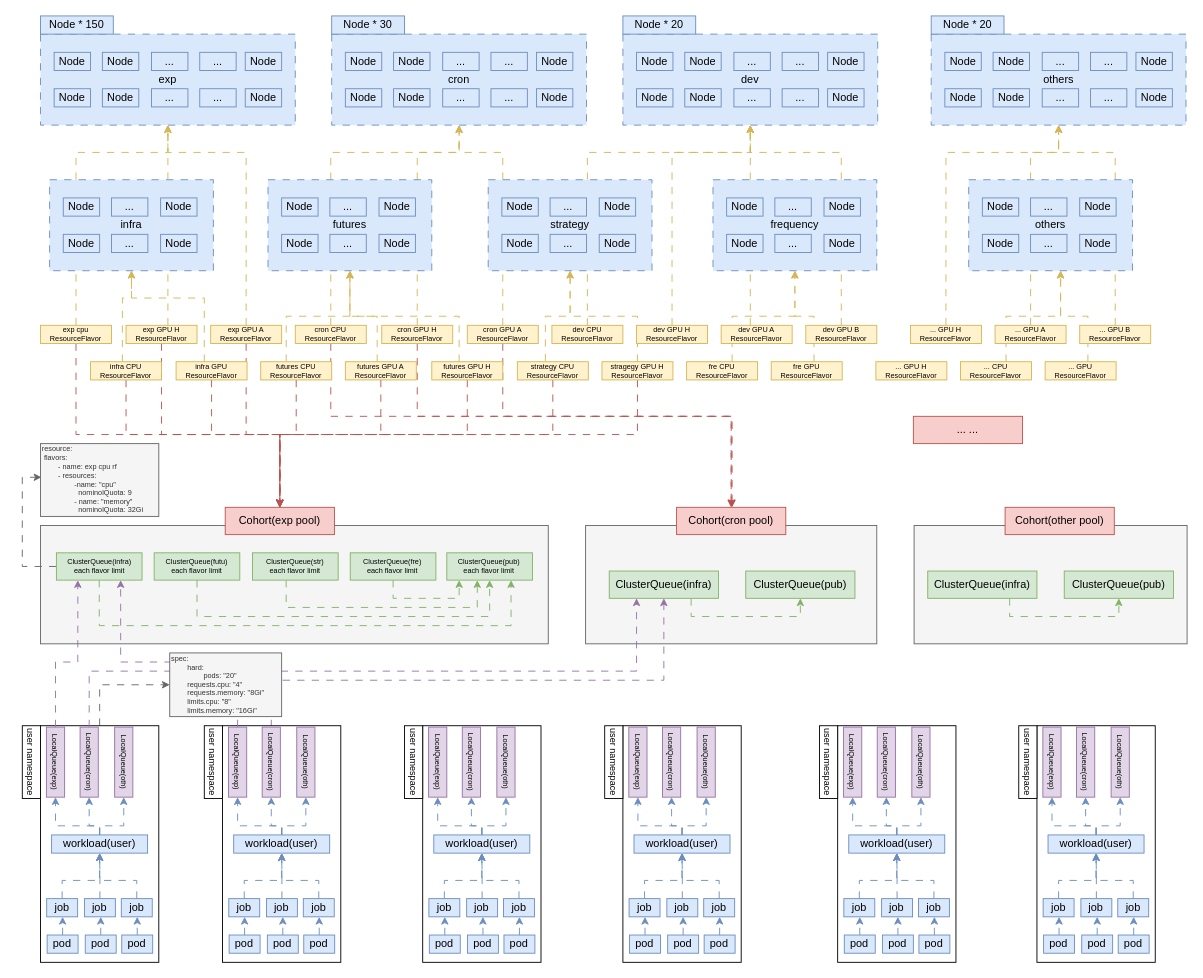
arlottang/tdh_bit keeps this draw.io diagram as zs/kueue.drawio. Above is the earlier version. Source tidied: cells renumbered, new cells numbered last; positions are measured from the earlier drawing's top-left corner, leaving out a move shared by most shapes. Both pictures are drawn from the tidied source at 91%, with x=0, y=0 at pixel (-5, 15).
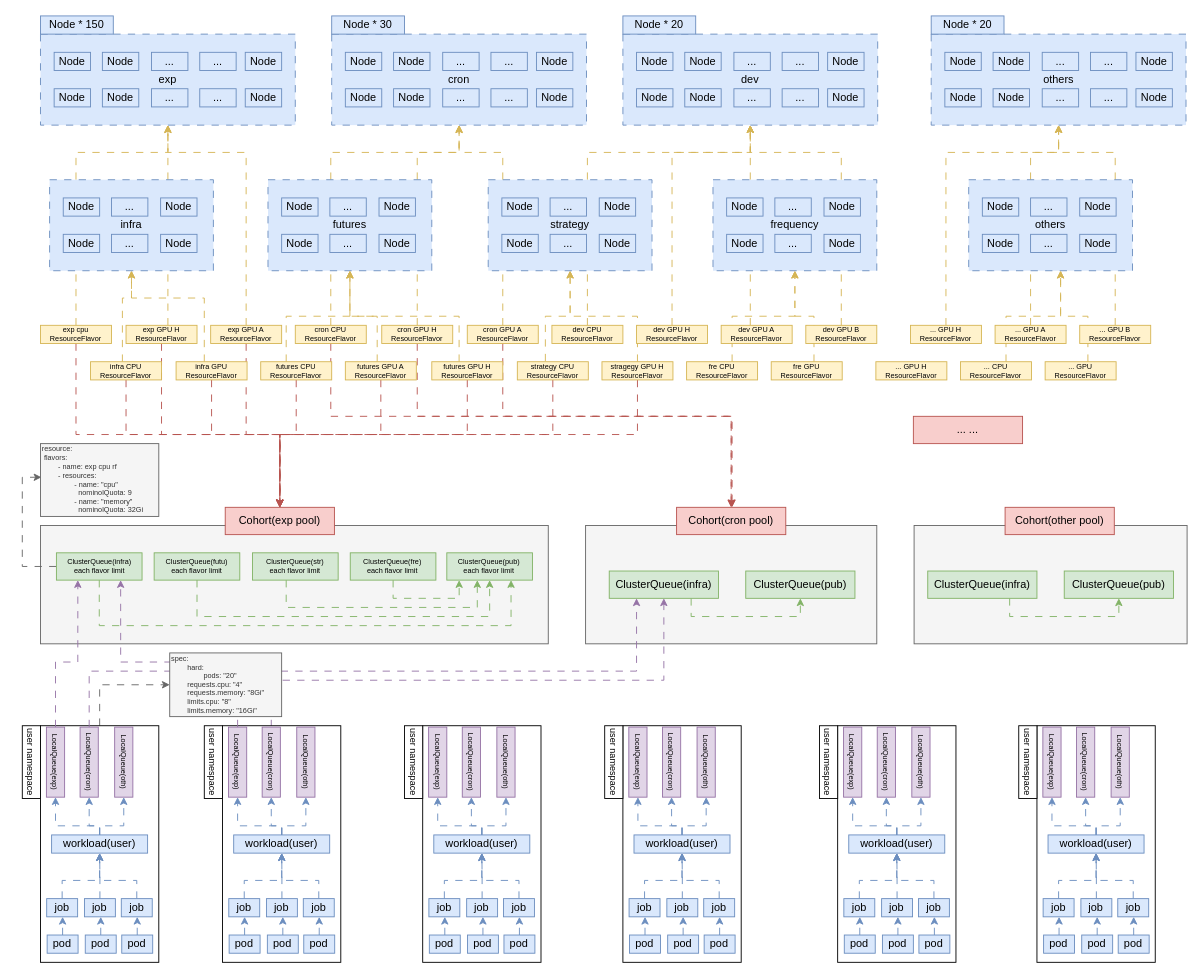
After the change.

Change to the diagram source:
```diff
@@
-    <mxCell id="137" value="resource:&lt;div&gt;&amp;nbsp;flavors:&lt;/div&gt;&lt;div&gt;&lt;span style=&quot;white-space: pre;&quot;&gt;&#9;&lt;/span&gt;- name: exp cpu rf&lt;br&gt;&lt;/div&gt;&lt;div&gt;&lt;span style=&quot;white-space: pre;&quot;&gt;&#9;&lt;/span&gt;- resources:&lt;br&gt;&lt;/div&gt;&lt;div&gt;&lt;span style=&quot;white-space: pre;&quot;&gt;&#9;&lt;/span&gt;&lt;span style=&quot;white-space: pre;&quot;&gt;&#9;&lt;/span&gt;-name: &quot;cpu&quot;&lt;br&gt;&lt;/div&gt;&lt;div&gt;&lt;span style=&quot;white-space: pre;&quot;&gt;&#9;&lt;/span&gt;&lt;span style=&quot;white-space: pre;&quot;&gt;&#9;&lt;/span&gt;&amp;nbsp; nominolQuota: 9&lt;br&gt;&lt;/div&gt;&lt;div&gt;&lt;span style=&quot;white-space: pre;&quot;&gt;&#9;&lt;/span&gt;&lt;span style=&quot;white-space: pre;&quot;&gt;&#9;&lt;/span&gt;- name: &quot;memory&quot;&lt;br&gt;&lt;/div&gt;&lt;div&gt;&lt;span style=&quot;white-space: pre;&quot;&gt;&#9;&lt;/span&gt;&lt;span style=&quot;white-space: pre;&quot;&gt;&#9;&lt;/span&gt;&amp;nbsp; nominolQuota: 32Gi&lt;br&gt;&lt;/div&gt;" style="rounded=0;whiteSpace=wrap;html=1;fillColor=#f5f5f5;strokeColor=#666666;fontSize=8;align=left;fontColor=#333333;" parent="1" vertex="1">
+    <mxCell id="137" value="resource:&lt;div&gt;&amp;nbsp;flavors:&lt;/div&gt;&lt;div&gt;&lt;span style=&quot;white-space: pre;&quot;&gt;&#9;&lt;/span&gt;- name: exp cpu rf&lt;br&gt;&lt;/div&gt;&lt;div&gt;&lt;span style=&quot;white-space: pre;&quot;&gt;&#9;&lt;/span&gt;- resources:&lt;br&gt;&lt;/div&gt;&lt;div&gt;&lt;span style=&quot;white-space: pre;&quot;&gt;&#9;&lt;/span&gt;&lt;span style=&quot;white-space: pre;&quot;&gt;&#9;&lt;/span&gt;- name: &quot;cpu&quot;&lt;br&gt;&lt;/div&gt;&lt;div&gt;&lt;span style=&quot;white-space: pre;&quot;&gt;&#9;&lt;/span&gt;&lt;span style=&quot;white-space: pre;&quot;&gt;&#9;&lt;/span&gt;&amp;nbsp; nominolQuota: 9&lt;br&gt;&lt;/div&gt;&lt;div&gt;&lt;span style=&quot;white-space: pre;&quot;&gt;&#9;&lt;/span&gt;&lt;span style=&quot;white-space: pre;&quot;&gt;&#9;&lt;/span&gt;- name: &quot;memory&quot;&lt;br&gt;&lt;/div&gt;&lt;div&gt;&lt;span style=&quot;white-space: pre;&quot;&gt;&#9;&lt;/span&gt;&lt;span style=&quot;white-space: pre;&quot;&gt;&#9;&lt;/span&gt;&amp;nbsp; nominolQuota: 32Gi&lt;br&gt;&lt;/div&gt;" style="rounded=0;whiteSpace=wrap;html=1;fillColor=#f5f5f5;strokeColor=#666666;fontSize=8;align=left;fontColor=#333333;" parent="1" vertex="1">
       <mxGeometry x="50" y="470" width="130" height="80" as="geometry" />
     </mxCell>
```
